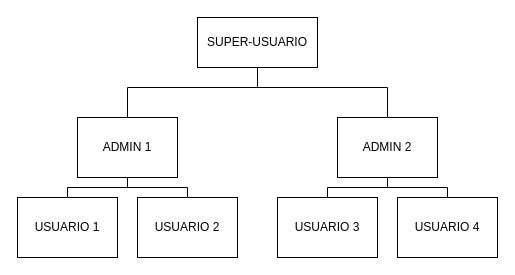
Earlier version of the draw.io diagram material util/jerarquia_perfiles.drawio (golmenero/tfg_inmobiliaria). Source tidied: cells renumbered, new cells numbered last; positions are measured from the earlier drawing's top-left corner, leaving out a move shared by most shapes. Both pictures are drawn from the tidied source at 100%, with x=0, y=0 at pixel (17, 17).
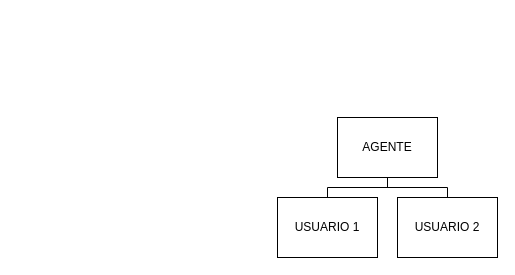
After the change.

The edit, as a diff of the source:
```diff
@@
-    <mxCell id="2" value="SUPER-USUARIO" style="rounded=0;whiteSpace=wrap;html=1;" parent="1" vertex="1">
-      <mxGeometry x="180" width="120" height="50" as="geometry" />
-    </mxCell>
-    <mxCell id="3" value="ADMIN 1" style="rounded=0;whiteSpace=wrap;html=1;" parent="1" vertex="1">
-      <mxGeometry x="60" y="100" width="100" height="60" as="geometry" />
-    </mxCell>
-    <mxCell id="4" value="ADMIN 2" style="rounded=0;whiteSpace=wrap;html=1;" parent="1" vertex="1">
+    <mxCell id="4" value="AGENTE" style="rounded=0;whiteSpace=wrap;html=1;" parent="1" vertex="1">
       <mxGeometry x="320" y="100" width="100" height="60" as="geometry" />
     </mxCell>
-    <mxCell id="5" value="USUARIO 1" style="rounded=0;whiteSpace=wrap;html=1;" parent="1" vertex="1">
-      <mxGeometry y="180" width="100" height="60" as="geometry" />
-    </mxCell>
-    <mxCell id="6" value="USUARIO 2" style="rounded=0;whiteSpace=wrap;html=1;" parent="1" vertex="1">
-      <mxGeometry x="120" y="180" width="100" height="60" as="geometry" />
-    </mxCell>
-    <mxCell id="7" value="USUARIO 3" style="rounded=0;whiteSpace=wrap;html=1;" parent="1" vertex="1">
+    <mxCell id="7" value="USUARIO 1" style="rounded=0;whiteSpace=wrap;html=1;" parent="1" vertex="1">
       <mxGeometry x="260" y="180" width="100" height="60" as="geometry" />
     </mxCell>
-    <mxCell id="8" value="USUARIO 4" style="rounded=0;whiteSpace=wrap;html=1;" parent="1" vertex="1">
+    <mxCell id="8" value="USUARIO 2" style="rounded=0;whiteSpace=wrap;html=1;" parent="1" vertex="1">
       <mxGeometry x="380" y="180" width="100" height="60" as="geometry" />
     </mxCell>
-    <mxCell id="9" style="endArrow=none;html=1;" parent="1" edge="1">
-      <mxGeometry relative="1" as="geometry">
-        <mxPoint x="240" y="70" as="sourcePoint" />
-        <mxPoint x="240" y="50" as="targetPoint" />
-      </mxGeometry>
-    </mxCell>
-    <mxCell id="10" style="endArrow=none;html=1;" parent="1" edge="1">
-      <mxGeometry relative="1" as="geometry">
-        <mxPoint x="110" y="70" as="sourcePoint" />
-        <mxPoint x="370" y="70" as="targetPoint" />
-      </mxGeometry>
-    </mxCell>
-    <mxCell id="11" style="endArrow=none;html=1;exitX=0.5;exitY=0;exitDx=0;exitDy=0;" parent="1" edge="1" source="3">
-      <mxGeometry relative="1" as="geometry">
-        <mxPoint x="110" y="70" as="targetPoint" />
-      </mxGeometry>
-    </mxCell>
-    <mxCell id="12" style="endArrow=none;html=1;exitX=0.5;exitY=0;exitDx=0;exitDy=0;" parent="1" edge="1" source="4">
-      <mxGeometry relative="1" as="geometry">
-        <mxPoint x="370" y="70" as="targetPoint" />
-      </mxGeometry>
-    </mxCell>
-    <mxCell id="13" style="endArrow=none;html=1;entryX=0.5;entryY=1;entryDx=0;entryDy=0;" parent="1" edge="1" target="3">
-      <mxGeometry relative="1" as="geometry">
-        <mxPoint x="110" y="170" as="sourcePoint" />
-      </mxGeometry>
-    </mxCell>
@@
-    <mxCell id="16" style="endArrow=none;html=1;" parent="1" edge="1">
-      <mxGeometry relative="1" as="geometry">
-        <mxPoint x="50" y="170" as="sourcePoint" />
-        <mxPoint x="170" y="170" as="targetPoint" />
-      </mxGeometry>
-    </mxCell>
-    <mxCell id="17" style="endArrow=none;html=1;exitX=0.5;exitY=0;exitDx=0;exitDy=0;" parent="1" edge="1" source="5">
-      <mxGeometry relative="1" as="geometry">
-        <mxPoint x="50" y="170" as="targetPoint" />
-      </mxGeometry>
-    </mxCell>
-    <mxCell id="18" style="endArrow=none;html=1;exitX=0.5;exitY=0;exitDx=0;exitDy=0;" parent="1" edge="1" source="6">
-      <mxGeometry relative="1" as="geometry">
-        <mxPoint x="170" y="170" as="targetPoint" />
-      </mxGeometry>
-    </mxCell>
```
